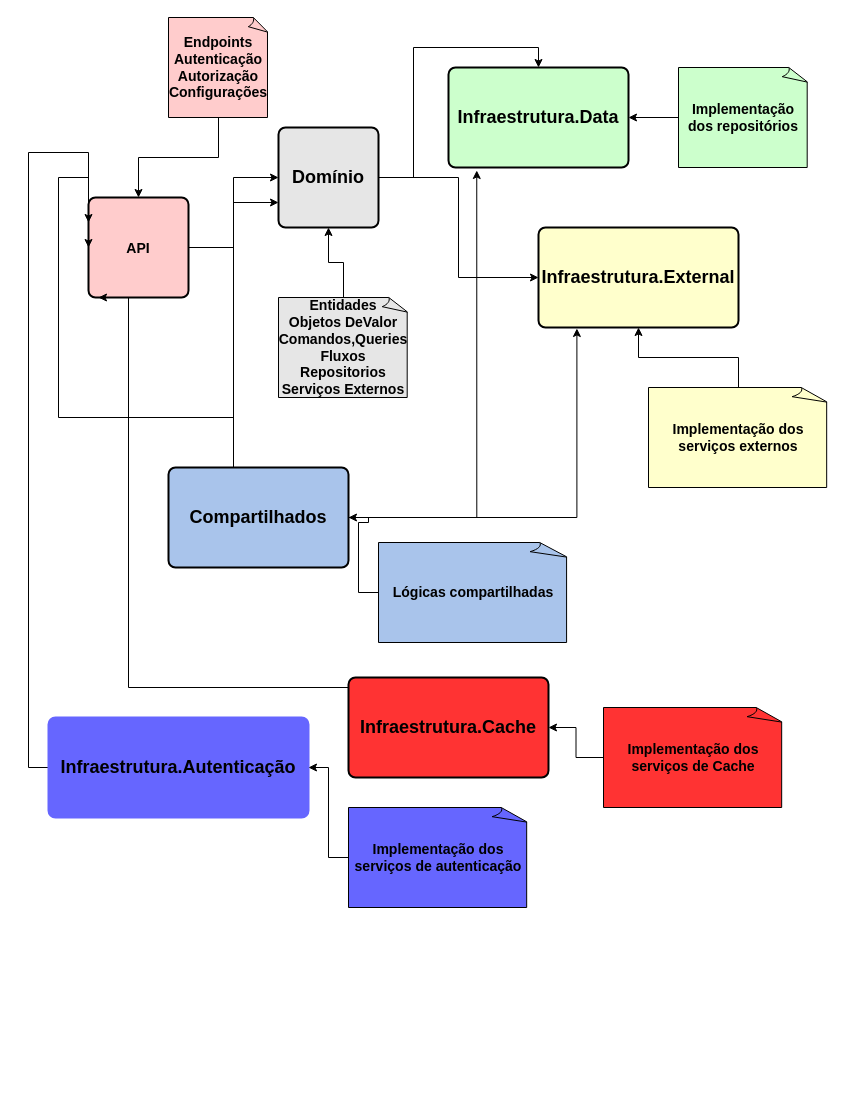
Earlier version of the draw.io diagram Docs/ApiRobustas_diagrama.drawio (chagasbass/APIRobustas). Source tidied: cells renumbered, new cells numbered last; positions are measured from the earlier drawing's top-left corner, leaving out a move shared by most shapes. Both pictures are drawn from the tidied source at 100%, with x=0, y=0 at pixel (28, 17).
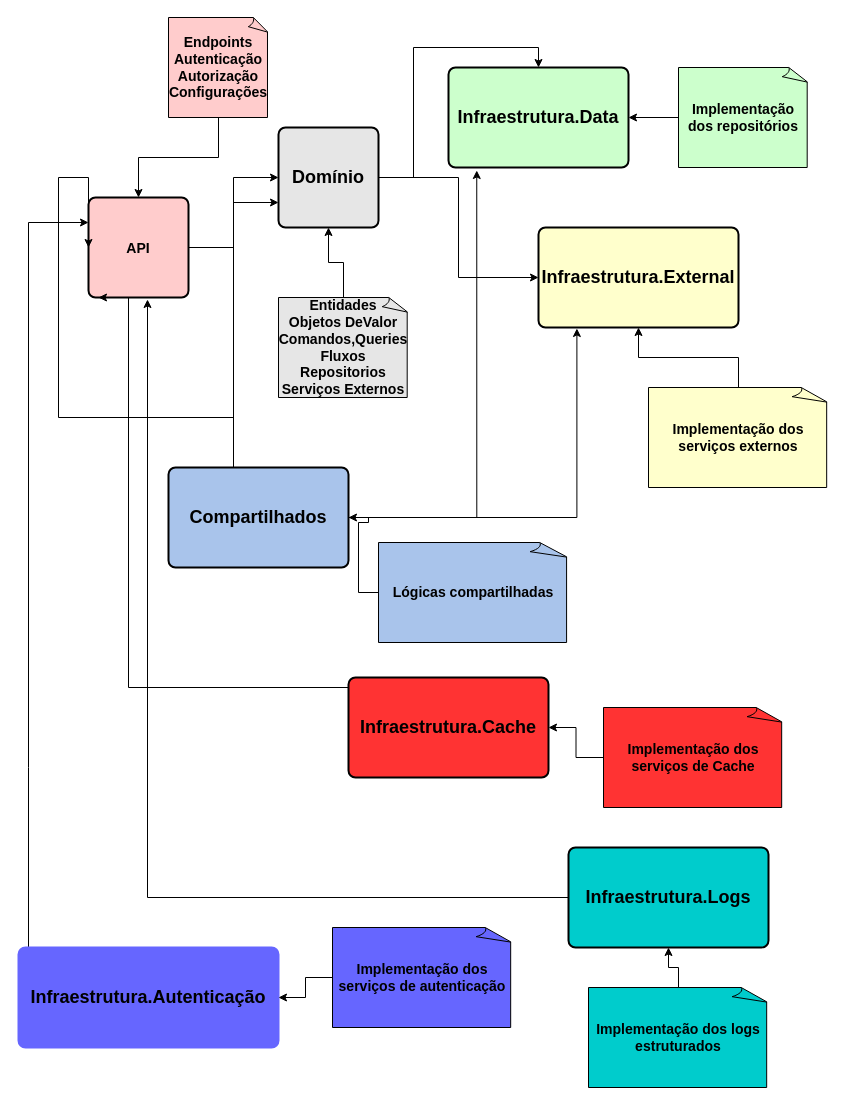
The same page after the edit.

Unchanged cells that the change refers to:
```xml
<mxCell id="3" value="&lt;h2&gt;&lt;font style=&quot;font-size: 14px&quot;&gt;API&lt;/font&gt;&lt;/h2&gt;" style="rounded=1;whiteSpace=wrap;html=1;absoluteArcSize=1;arcSize=14;strokeWidth=2;fillColor=#FFCCCC;" parent="1" vertex="1">
  <mxGeometry x="60" y="180" width="100" height="100" as="geometry" />
</mxCell>
```

The edit, as a diff of the source:
```diff
@@
     <mxCell id="29" value="&lt;h2&gt;Infraestrutura.Autenticação&lt;/h2&gt;" style="rounded=1;whiteSpace=wrap;html=1;absoluteArcSize=1;arcSize=14;strokeWidth=2;fillColor=#6666FF;strokeColor=#6666FF;" parent="1" vertex="1">
-      <mxGeometry x="20" y="700" width="260" height="100" as="geometry" />
+      <mxGeometry x="-10" y="930" width="260" height="100" as="geometry" />
     </mxCell>
@@
     <mxCell id="31" value="&lt;h3&gt;Implementação dos serviços de autenticação&lt;/h3&gt;" style="whiteSpace=wrap;html=1;shape=mxgraph.basic.document;fillColor=#6666FF;" parent="1" vertex="1">
-      <mxGeometry x="320" y="790" width="180" height="100" as="geometry" />
+      <mxGeometry x="304" y="910" width="180" height="100" as="geometry" />
     </mxCell>
+    <mxCell id="32" style="edgeStyle=orthogonalEdgeStyle;rounded=0;jettySize=auto;html=1;entryX=0.59;entryY=1.02;entryDx=0;entryDy=0;entryPerimeter=0;" parent="1" edge="1" source="33" target="3">
+      <mxGeometry relative="1" as="geometry" />
+    </mxCell>
+    <mxCell id="33" value="&lt;h2&gt;Infraestrutura.Logs&lt;/h2&gt;" style="rounded=1;whiteSpace=wrap;html=1;absoluteArcSize=1;arcSize=14;strokeWidth=2;fillColor=#00CCCC;" parent="1" vertex="1">
+      <mxGeometry x="540" y="830" width="200" height="100" as="geometry" />
+    </mxCell>
+    <mxCell id="34" style="edgeStyle=orthogonalEdgeStyle;rounded=0;jettySize=auto;html=1;" parent="1" edge="1" source="35" target="33">
+      <mxGeometry relative="1" as="geometry" />
+    </mxCell>
+    <mxCell id="35" value="&lt;h3&gt;Implementação dos logs estruturados&lt;/h3&gt;" style="whiteSpace=wrap;html=1;shape=mxgraph.basic.document;fillColor=#00CCCC;" parent="1" vertex="1">
+      <mxGeometry x="560" y="970" width="180" height="100" as="geometry" />
+    </mxCell>
```
